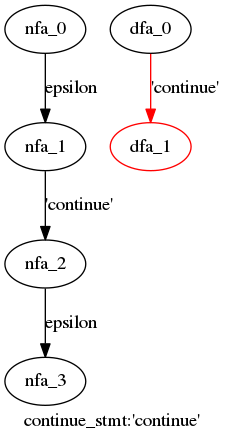
Before: cpython/grammar/handwrite/nfa_dfas/24.continue_stmt.dot.png, a diagram exported from Graphviz (WinChua/blog). Its source is kept beside it as cpython/grammar/handwrite/nfa_dfas/24.continue_stmt.dot. The source it was exported from:
```dot
digraph continue_stmt {
 graph[label="continue_stmt:'continue'"]
 subgraph continue_stmt_nfa {
  nfa_0->nfa_1[label="epsilon"]
  nfa_1->nfa_2[label="'continue'"]
  nfa_2->nfa_3[label="epsilon"]
  }
 subgraph continue_stmt_dfa {
  dfa_0->dfa_1[label="'continue'",color=red]
  dfa_1[color=red]
  }
}
```
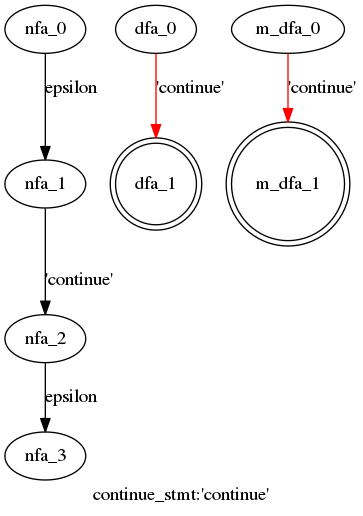
After the commit.

Diff of the diagram source:
```diff
@@ -7,6 +7,10 @@
   }
  subgraph continue_stmt_dfa {
   dfa_0->dfa_1[label="'continue'",color=red]
-  dfa_1[color=red]
+  dfa_1[shape=doublecircle]
+  }
+ subgraph continue_stmt_m_dfa {
+  m_dfa_0->m_dfa_1[label="'continue'",color=red]
+  m_dfa_1[shape=doublecircle]
   }
 }
```
